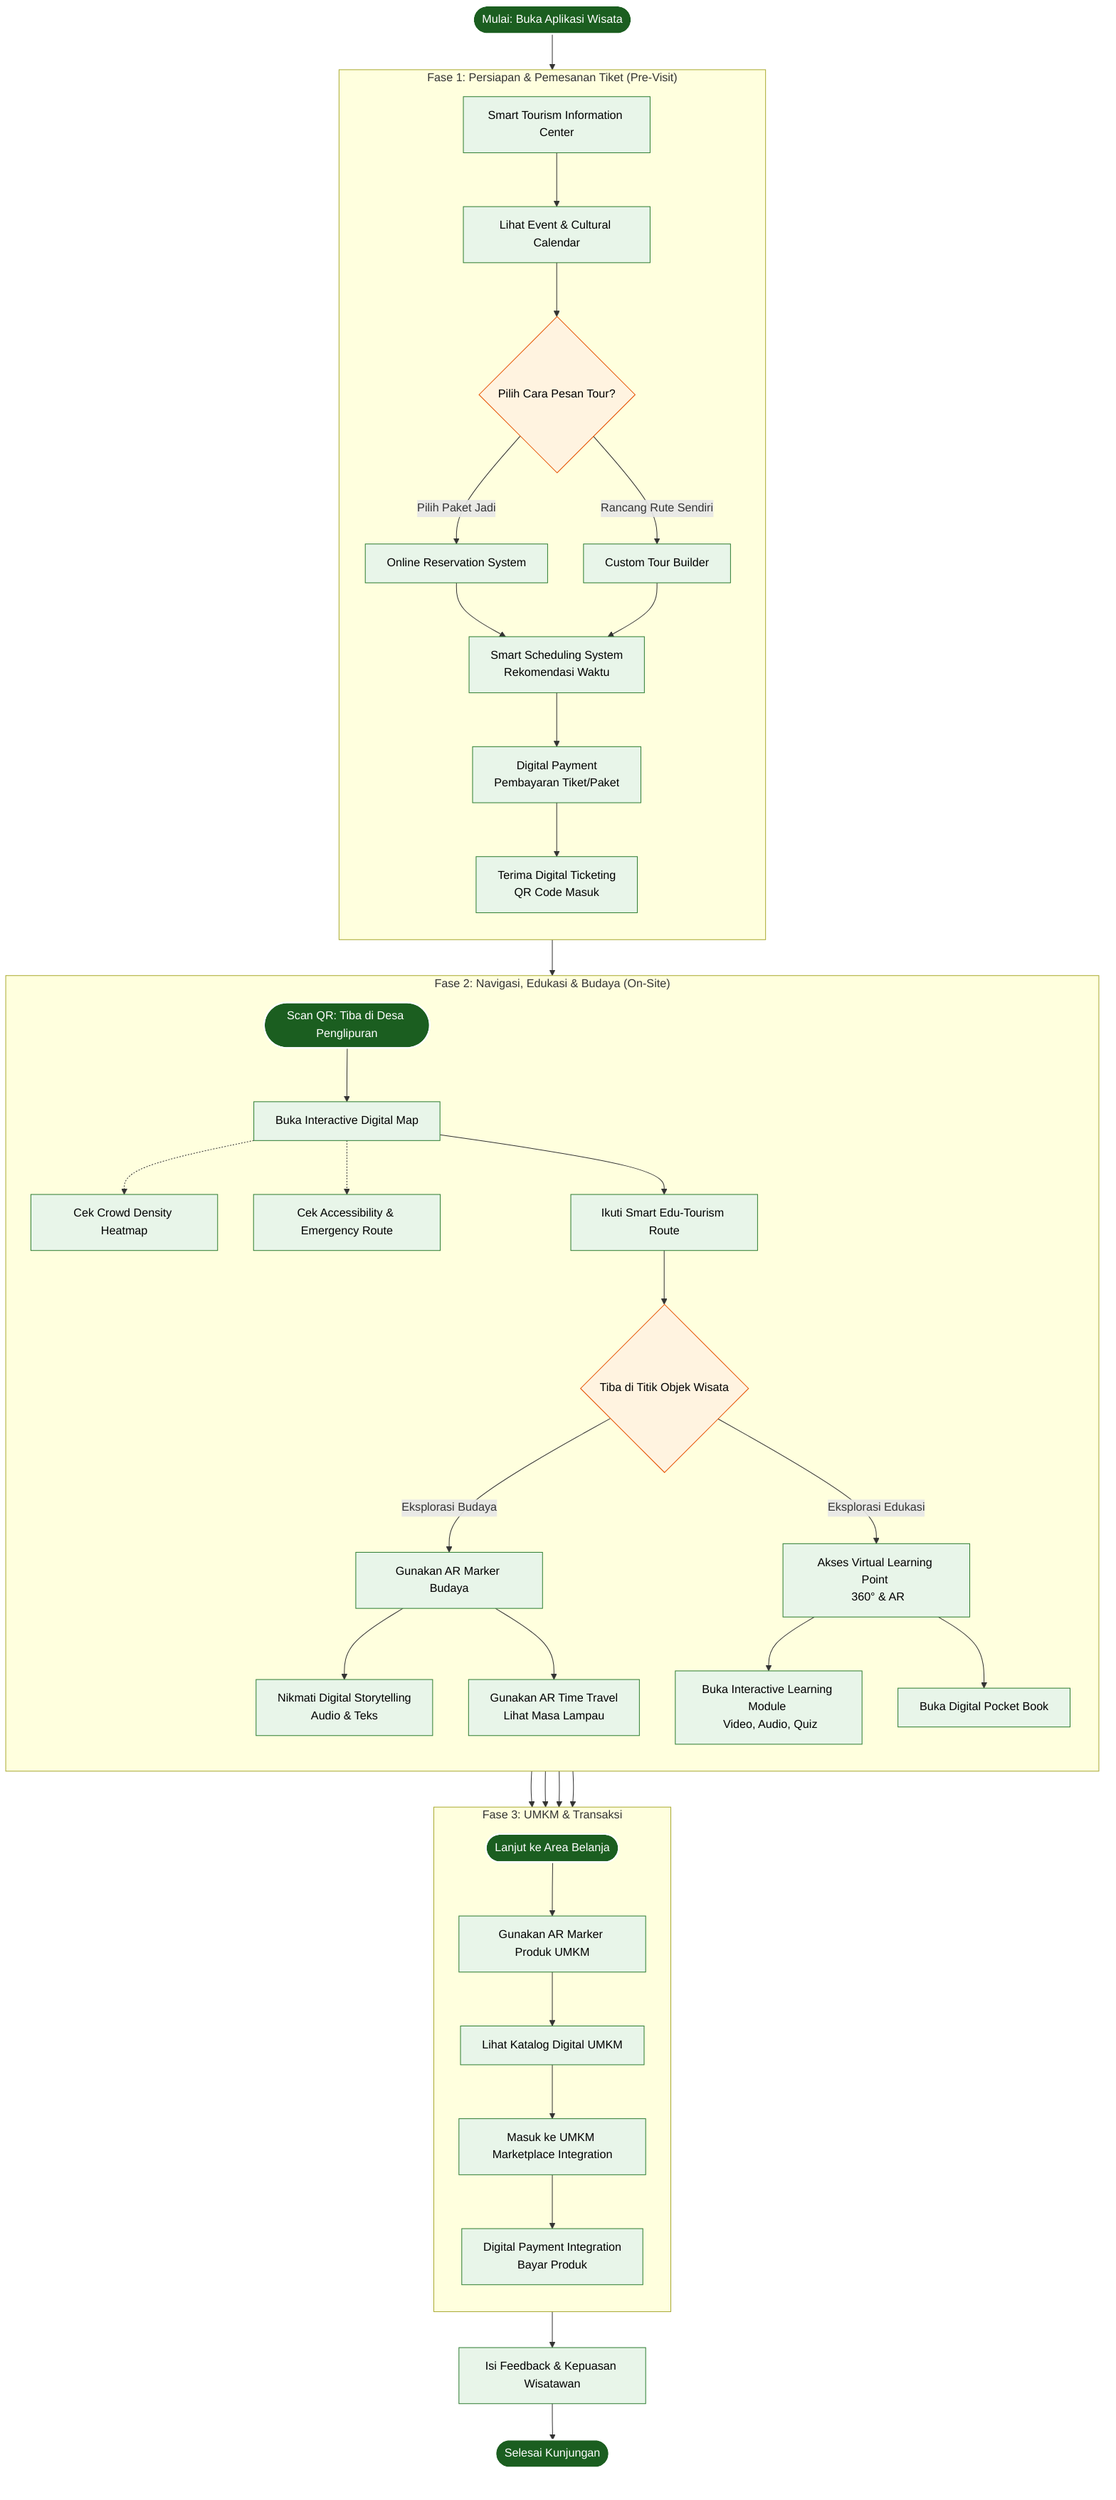
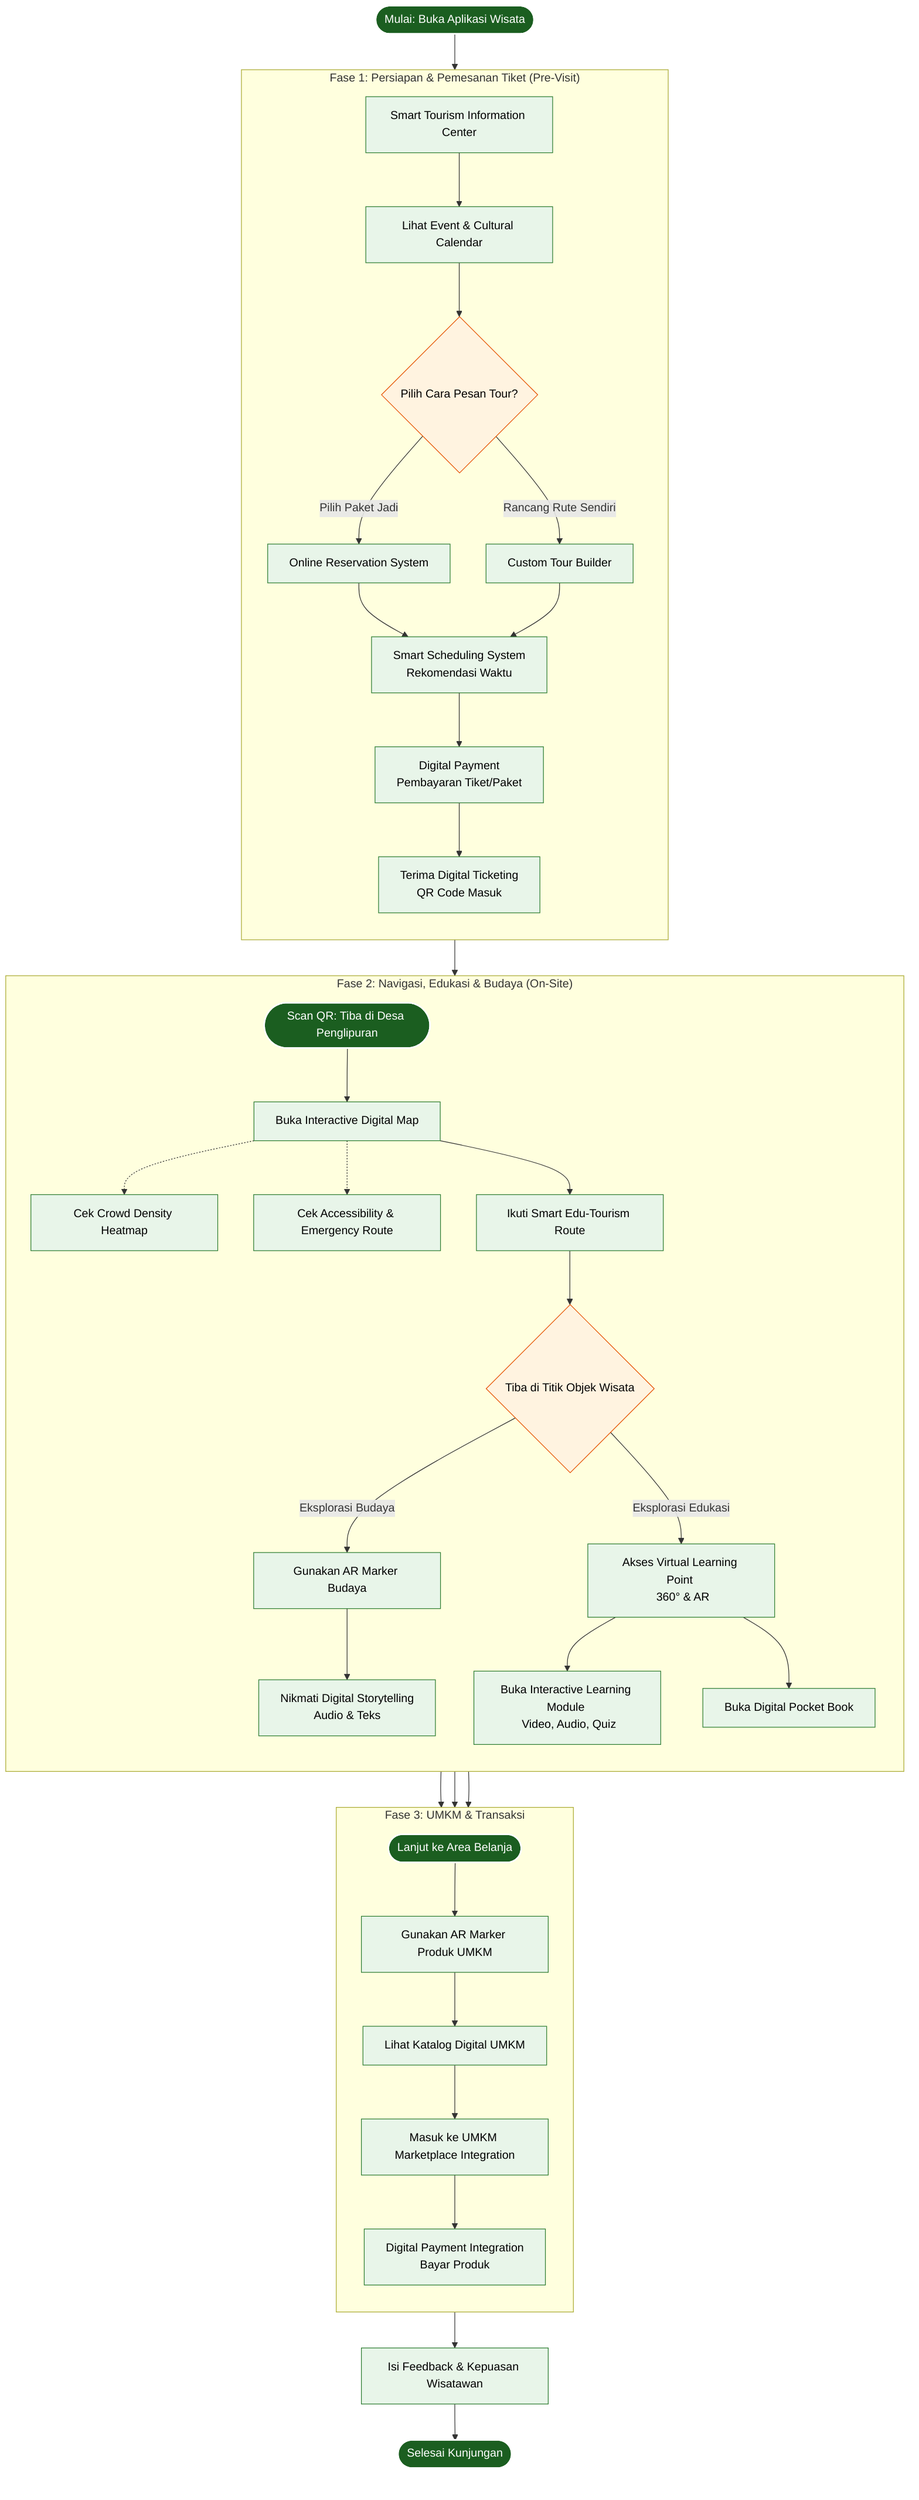
flowchart TD
    %% Styling Colors
    classDef startEnd fill:#1b5e20,stroke:#fff,stroke-width:2px,color:#fff;
    classDef process fill:#e8f5e9,stroke:#2e7d32,stroke-width:1px,color:#000;
    classDef decision fill:#fff3e0,stroke:#e65100,stroke-width:1px,color:#000;

    Start([Mulai: Buka Aplikasi Wisata]):::startEnd --> PusatInfo[Smart Tourism Information Center]:::process

    %% ================= FASE 1 =================
    subgraph Fase1 ["Fase 1: Persiapan & Pemesanan Tiket (Pre-Visit)"]
        direction TB
        PusatInfo --> CekEvent[Lihat Event & Cultural Calendar]:::process
        CekEvent --> PesanTiket{Pilih Cara Pesan Tour?}:::decision

        PesanTiket -->|Pilih Paket Jadi| Reservasi[Online Reservation System]:::process
        PesanTiket -->|Rancang Rute Sendiri| CustomTour[Custom Tour Builder]:::process

        Reservasi --> Jadwal[Smart Scheduling System \n Rekomendasi Waktu]:::process
        CustomTour --> Jadwal

        Jadwal --> BayarTiket[Digital Payment \n Pembayaran Tiket/Paket]:::process
        BayarTiket --> TiketDigital[Terima Digital Ticketing \n QR Code Masuk]:::process
    end

    TiketDigital --> TibaLokasi([Scan QR: Tiba di Desa Penglipuran]):::startEnd

    %% ================= FASE 2 =================
    subgraph Fase2 ["Fase 2: Navigasi, Edukasi & Budaya (On-Site)"]
        direction TB
        TibaLokasi --> BukaPeta[Buka Interactive Digital Map]:::process

        %% Peta Digital Sub-features
        BukaPeta -.-> CekKepadatan[Cek Crowd Density Heatmap]:::process
        BukaPeta -.-> CekAkses[Cek Accessibility & Emergency Route]:::process

        BukaPeta --> IkutiRute[Ikuti Smart Edu-Tourism Route]:::process

        IkutiRute --> TibaDiObjek{Tiba di Titik Objek Wisata}:::decision

        %% Percabangan Eksplorasi
        TibaDiObjek -->|Eksplorasi Budaya| ScanBudaya[Gunakan AR Marker Budaya]:::process
        ScanBudaya --> Storytelling[Nikmati Digital Storytelling \n Audio & Teks]:::process
-         ScanBudaya --> TimeTravel[Gunakan AR Time Travel \n Lihat Masa Lampau]:::process

        TibaDiObjek -->|Eksplorasi Edukasi| TitikBelajar[Akses Virtual Learning Point \n 360° & AR]:::process
        TitikBelajar --> ModulBelajar[Buka Interactive Learning Module \n Video, Audio, Quiz]:::process
        TitikBelajar --> BukuSaku[Buka Digital Pocket Book]:::process
    end

    Storytelling --> KeUMKM([Lanjut ke Area Belanja]):::startEnd
-     TimeTravel --> KeUMKM
    ModulBelajar --> KeUMKM
    BukuSaku --> KeUMKM

    %% ================= FASE 3 =================
    subgraph Fase3 ["Fase 3: UMKM & Transaksi"]
        direction TB
        KeUMKM --> ScanUMKM[Gunakan AR Marker Produk UMKM]:::process
        ScanUMKM --> KatalogUMKM[Lihat Katalog Digital UMKM]:::process
        KatalogUMKM --> Marketplace[Masuk ke UMKM Marketplace Integration]:::process
        Marketplace --> BayarUMKM[Digital Payment Integration \n Bayar Produk]:::process
    end

    %% ================= FASE 4 =================
    BayarUMKM --> BeriFeedback[Isi Feedback & Kepuasan Wisatawan]:::process
    BeriFeedback --> Selesai([Selesai Kunjungan]):::startEnd
